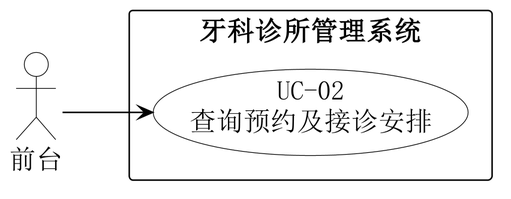
Before: 01-需求文档/diagrams/07-02-system-use-case.png, a diagram exported from PlantUML (Shawmc-creator/systemAnalyseAndDesign).
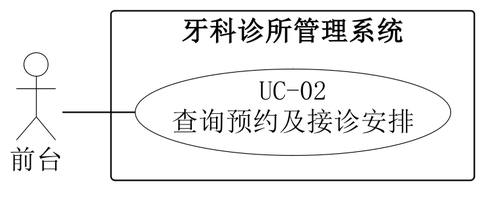
The same diagram one commit later.

Diff of the diagram source:
```diff
@@ -1,11 +1,12 @@
 @startuml
-left to right direction
 skinparam backgroundColor white
 skinparam shadowing false
 skinparam defaultFontName SimSun
 skinparam defaultFontSize 18
-skinparam dpi 240
+skinparam dpi 220
 skinparam ArrowColor black
+skinparam nodesep 22
+skinparam ranksep 48
 skinparam actor {
  BorderColor black
  BackgroundColor white
@@ -18,9 +19,11 @@
  BorderColor black
  BackgroundColor white
 }
-actor "前台" as A
+left to right direction
+actor "前台" as A0
 rectangle "牙科诊所管理系统" {
  usecase "UC-02\n查询预约及接诊安排" as U
 }
-A --> U
+A0 -- U
+
 @enduml
```
